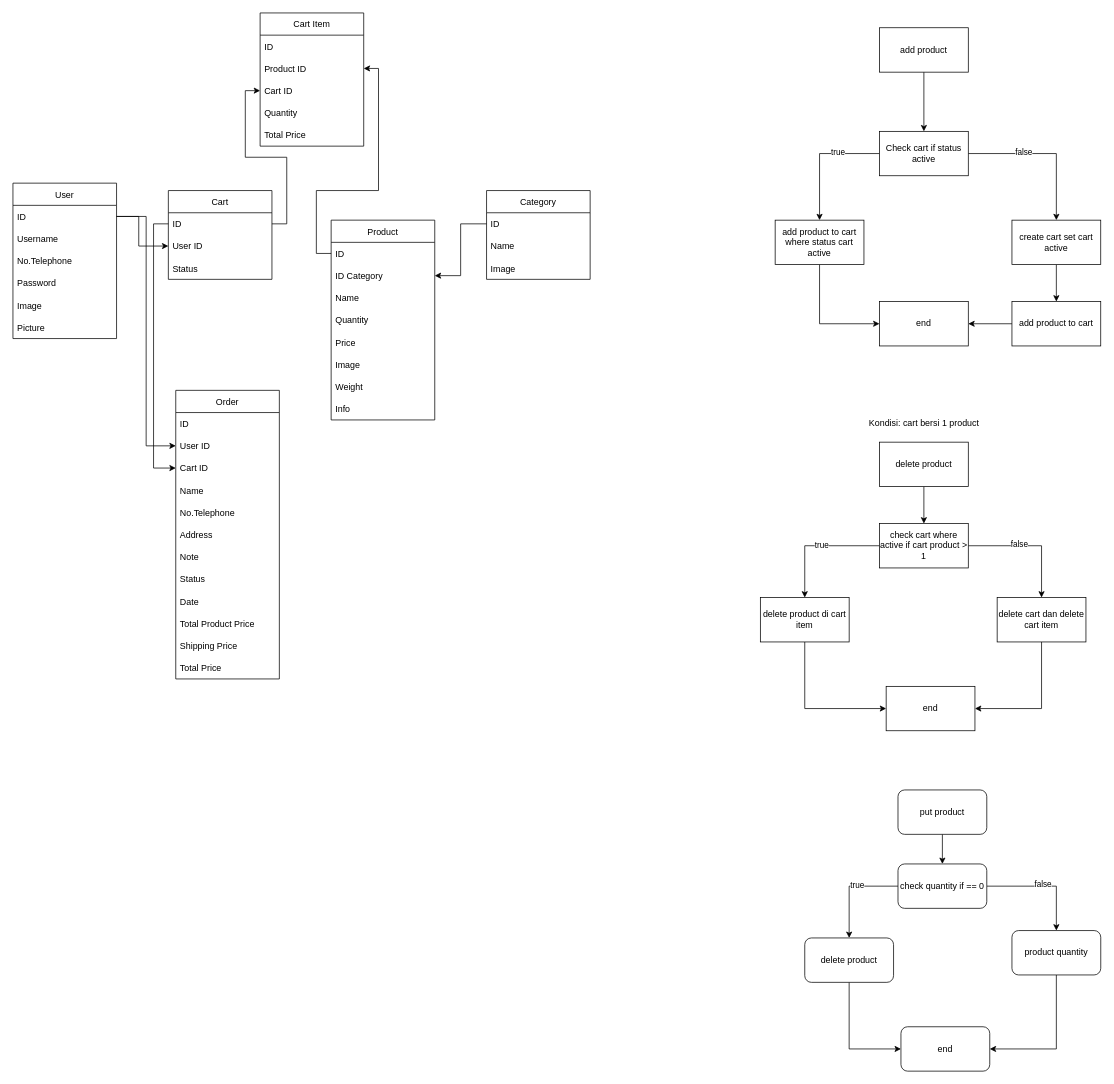
Earlier version of the draw.io diagram erd.drawio (dapurfresh-group2/backend). Source tidied: cells renumbered, new cells numbered last; positions are measured from the earlier drawing's top-left corner, leaving out a move shared by most shapes. Both pictures are drawn from the tidied source at 74%, with x=0, y=0 at pixel (13, 13).
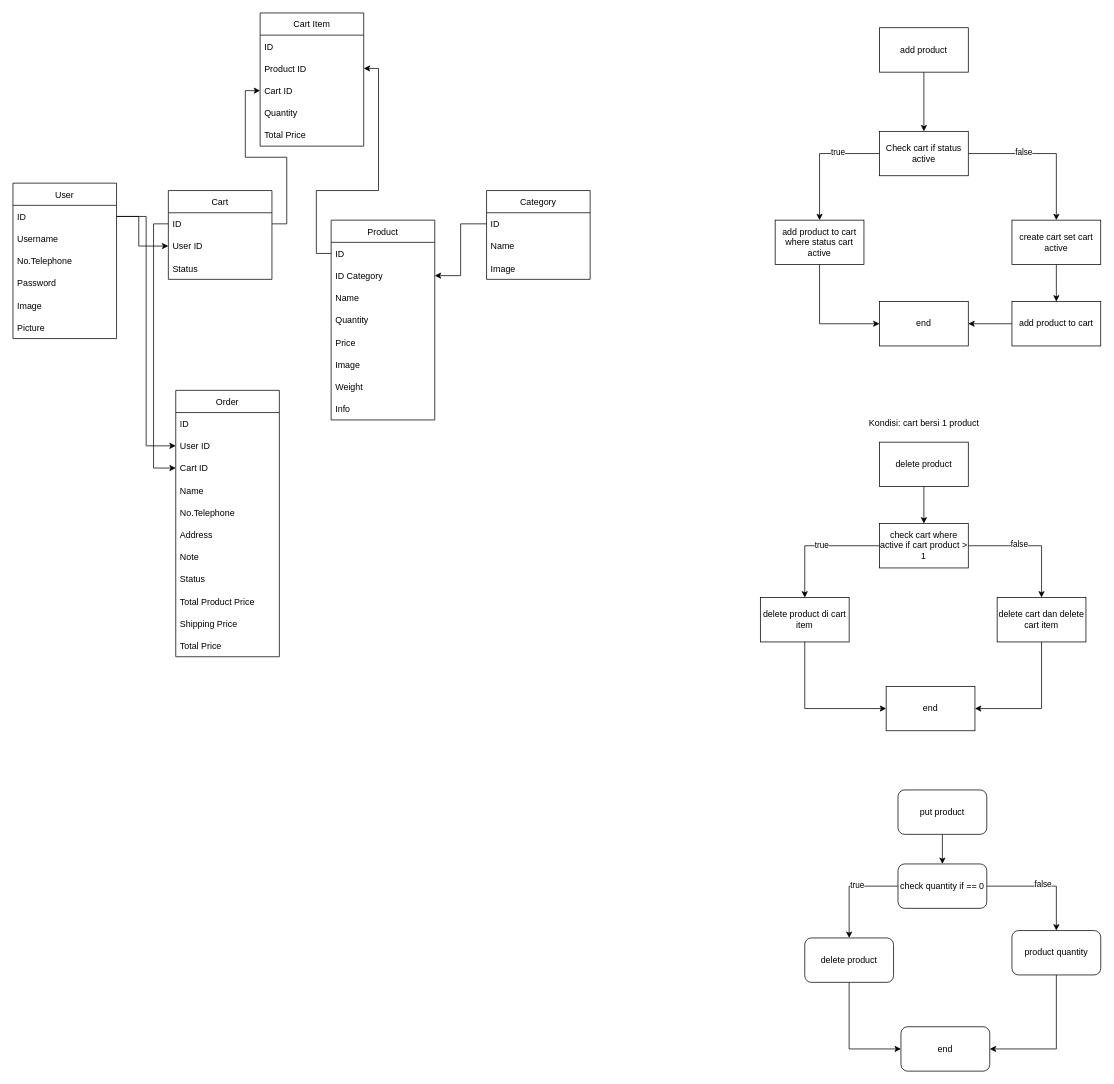
The same page after the edit.

The change refers to these unchanged cells:
```xml
<mxCell id="2" style="group;" parent="1" vertex="1">
  <mxGeometry width="780" height="900" as="geometry" />
</mxCell>
```

The edit, as a diff of the source:
```diff
@@
     <mxCell id="29" value="Order" style="swimlane;fontStyle=0;horizontal=1;startSize=30;" parent="2" vertex="1">
-      <mxGeometry x="220" y="510" width="140" height="390" as="geometry" />
+      <mxGeometry x="220" y="510" width="140" height="360" as="geometry" />
     </mxCell>
@@
-    <mxCell id="38" value="Date" style="text;strokeColor=none;fillColor=none;align=left;verticalAlign=middle;spacingLeft=4;spacingRight=4;overflow=hidden;" parent="29" vertex="1">
-      <mxGeometry y="270" width="140" height="30" as="geometry" />
-    </mxCell>
     <mxCell id="39" value="Total Product Price" style="text;strokeColor=none;fillColor=none;align=left;verticalAlign=middle;spacingLeft=4;spacingRight=4;overflow=hidden;" parent="29" vertex="1">
-      <mxGeometry y="300" width="140" height="30" as="geometry" />
+      <mxGeometry y="270" width="140" height="30" as="geometry" />
     </mxCell>
     <mxCell id="40" value="Shipping Price" style="text;strokeColor=none;fillColor=none;align=left;verticalAlign=middle;spacingLeft=4;spacingRight=4;overflow=hidden;" parent="29" vertex="1">
-      <mxGeometry y="330" width="140" height="30" as="geometry" />
+      <mxGeometry y="300" width="140" height="30" as="geometry" />
     </mxCell>
     <mxCell id="41" value="Total Price" style="text;strokeColor=none;fillColor=none;align=left;verticalAlign=middle;spacingLeft=4;spacingRight=4;overflow=hidden;" parent="29" vertex="1">
-      <mxGeometry y="360" width="140" height="30" as="geometry" />
+      <mxGeometry y="330" width="140" height="30" as="geometry" />
     </mxCell>
```
